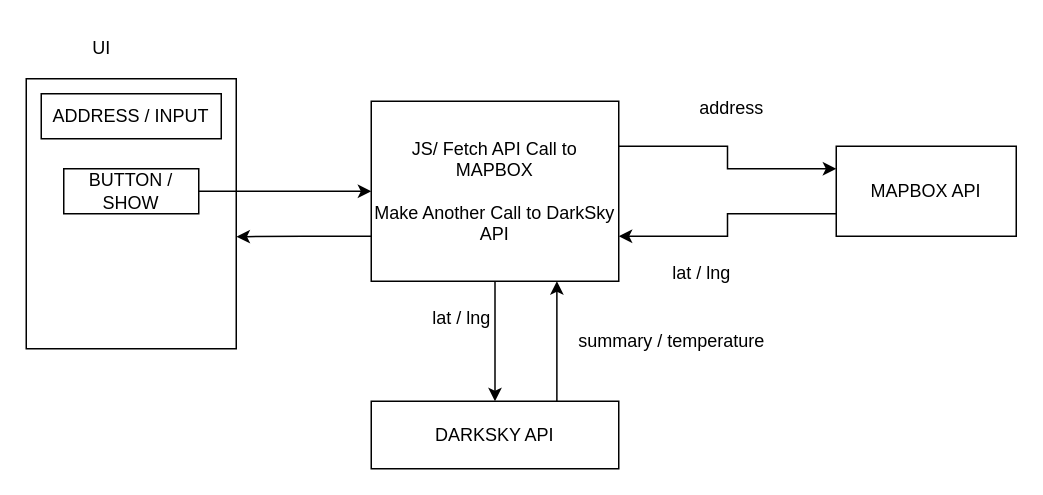
This is diagram.drawio from synergy2411/frontend-advanced-module-two, a draw.io file, before an edit. Source tidied: cells renumbered, new cells numbered last; positions are measured from the earlier drawing's top-left corner, leaving out a move shared by most shapes. Both pictures are drawn from the tidied source at 150%, with x=0, y=0 at pixel (26, 26).
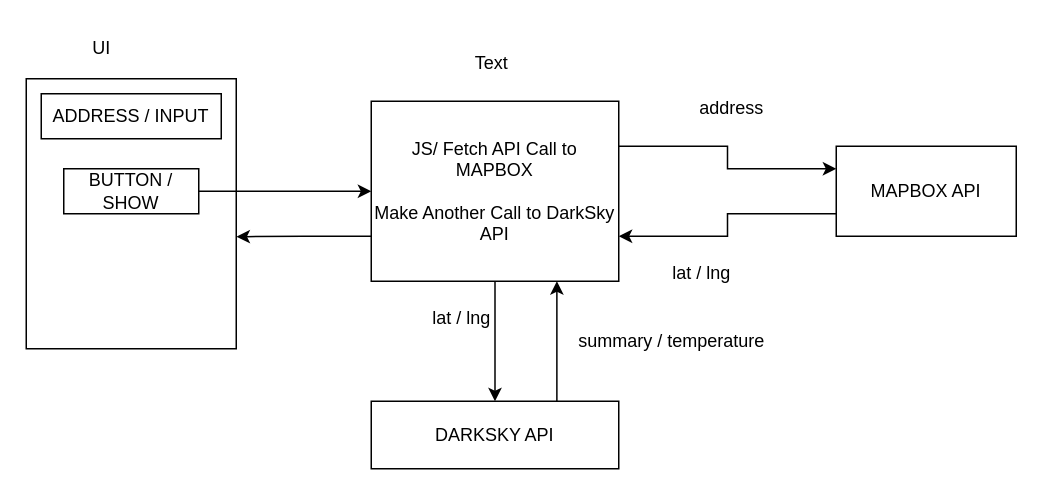
Above is the later version.

Diff of the diagram source:
```diff
@@
 <mxGraphModel>
   <root>
     <mxCell id="0" />
     <mxCell id="1" parent="0" />
     <mxCell id="2" style="rounded=0;whiteSpace=wrap;html=1;" parent="1" vertex="1">
       <mxGeometry y="35" width="140" height="180" as="geometry" />
     </mxCell>
     <mxCell id="3" value="UI" style="text;html=1;align=center;verticalAlign=middle;strokeColor=none;fillColor=none;" parent="1" vertex="1">
       <mxGeometry x="30" width="40" height="30" as="geometry" />
     </mxCell>
     <mxCell id="4" value="ADDRESS / INPUT" style="rounded=0;whiteSpace=wrap;html=1;" parent="1" vertex="1">
       <mxGeometry x="10" y="45" width="120" height="30" as="geometry" />
     </mxCell>
     <mxCell id="5" style="edgeStyle=orthogonalEdgeStyle;rounded=0;jettySize=auto;html=1;" parent="1" edge="1" source="6" target="10">
       <mxGeometry relative="1" as="geometry" />
     </mxCell>
     <mxCell id="6" value="BUTTON / SHOW" style="rounded=0;whiteSpace=wrap;html=1;" parent="1" vertex="1">
       <mxGeometry x="25" y="95" width="90" height="30" as="geometry" />
     </mxCell>
     <mxCell id="7" style="edgeStyle=orthogonalEdgeStyle;rounded=0;jettySize=auto;html=1;exitX=1;exitY=0.25;exitDx=0;exitDy=0;entryX=0;entryY=0.25;entryDx=0;entryDy=0;" parent="1" edge="1" source="10" target="12">
       <mxGeometry relative="1" as="geometry" />
     </mxCell>
     <mxCell id="8" style="edgeStyle=orthogonalEdgeStyle;rounded=0;jettySize=auto;html=1;" parent="1" edge="1" source="10" target="16">
       <mxGeometry relative="1" as="geometry" />
     </mxCell>
     <mxCell id="9" style="edgeStyle=orthogonalEdgeStyle;rounded=0;jettySize=auto;html=1;exitX=0;exitY=0.75;exitDx=0;exitDy=0;entryX=1.001;entryY=0.585;entryDx=0;entryDy=0;entryPerimeter=0;" parent="1" edge="1" source="10" target="2">
       <mxGeometry relative="1" as="geometry" />
     </mxCell>
     <mxCell id="10" value="JS/ Fetch API Call to MAPBOX&lt;br&gt;&lt;br&gt;Make Another Call to DarkSky API" style="rounded=0;whiteSpace=wrap;html=1;" parent="1" vertex="1">
       <mxGeometry x="230" y="50" width="165" height="120" as="geometry" />
     </mxCell>
     <mxCell id="11" style="edgeStyle=orthogonalEdgeStyle;rounded=0;jettySize=auto;html=1;exitX=0;exitY=0.75;exitDx=0;exitDy=0;entryX=1;entryY=0.75;entryDx=0;entryDy=0;" parent="1" edge="1" source="12" target="10">
       <mxGeometry relative="1" as="geometry" />
     </mxCell>
     <mxCell id="12" value="MAPBOX API" style="rounded=0;whiteSpace=wrap;html=1;" parent="1" vertex="1">
       <mxGeometry x="540" y="80" width="120" height="60" as="geometry" />
     </mxCell>
     <mxCell id="13" value="address" style="text;html=1;align=center;verticalAlign=middle;strokeColor=none;fillColor=none;" parent="1" vertex="1">
       <mxGeometry x="435" y="40" width="70" height="30" as="geometry" />
     </mxCell>
     <mxCell id="14" value="lat / lng" style="text;html=1;align=center;verticalAlign=middle;strokeColor=none;fillColor=none;" parent="1" vertex="1">
       <mxGeometry x="420" y="150" width="60" height="30" as="geometry" />
     </mxCell>
     <mxCell id="15" style="edgeStyle=orthogonalEdgeStyle;rounded=0;jettySize=auto;html=1;exitX=0.75;exitY=0;exitDx=0;exitDy=0;entryX=0.75;entryY=1;entryDx=0;entryDy=0;" parent="1" edge="1" source="16" target="10">
       <mxGeometry relative="1" as="geometry" />
     </mxCell>
     <mxCell id="16" value="DARKSKY API" style="rounded=0;whiteSpace=wrap;html=1;" parent="1" vertex="1">
       <mxGeometry x="230" y="250" width="165" height="45" as="geometry" />
     </mxCell>
     <mxCell id="17" value="lat / lng" style="text;html=1;align=center;verticalAlign=middle;strokeColor=none;fillColor=none;" parent="1" vertex="1">
       <mxGeometry x="260" y="180" width="60" height="30" as="geometry" />
     </mxCell>
     <mxCell id="18" value="summary / temperature" style="text;html=1;align=center;verticalAlign=middle;strokeColor=none;fillColor=none;" parent="1" vertex="1">
       <mxGeometry x="355" y="195" width="150" height="30" as="geometry" />
     </mxCell>
+    <mxCell id="19" value="Text" style="text;html=1;align=center;verticalAlign=middle;strokeColor=none;fillColor=none;" parent="1" vertex="1">
+      <mxGeometry x="290" y="15" width="40" height="20" as="geometry" />
+    </mxCell>
   </root>
 </mxGraphModel>
```
